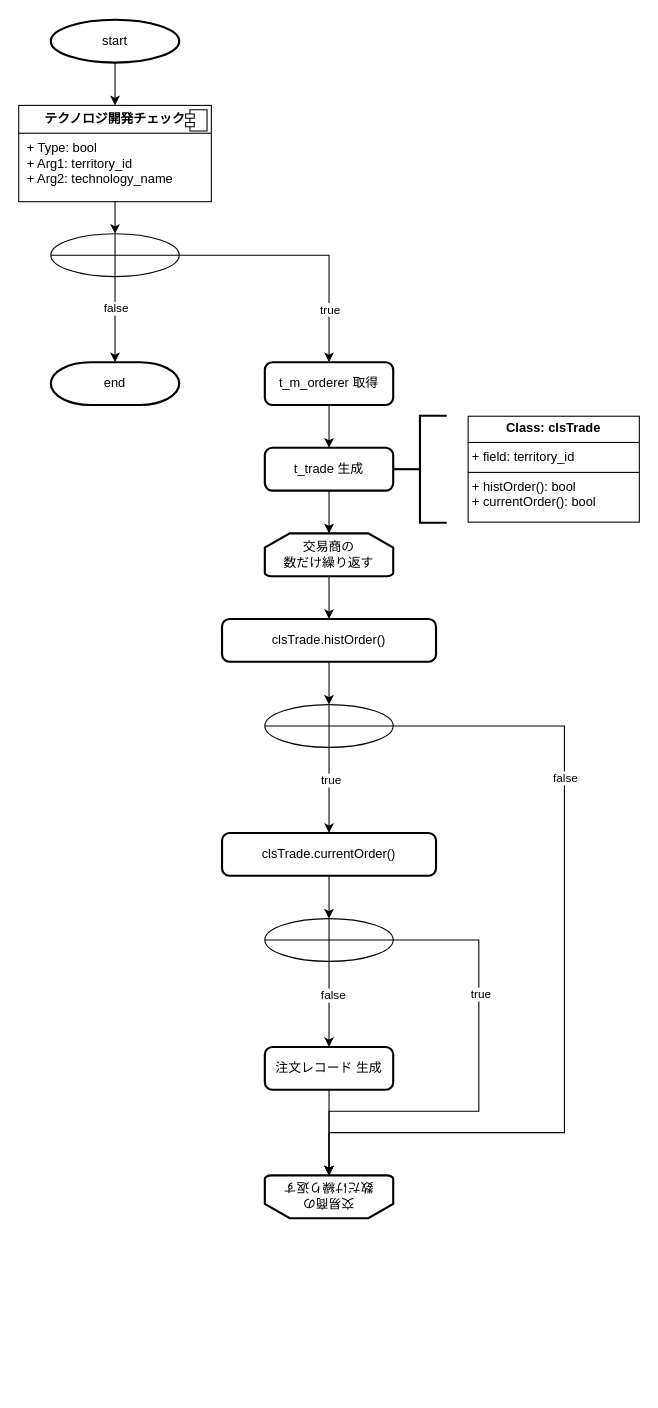
Earlier version of the draw.io diagram page "注文処理" (4 of 4) of table.drawio (T-Miyaoka/geeklog). Source tidied: cells renumbered, new cells numbered last; positions are measured from the earlier drawing's top-left corner, leaving out a move shared by most shapes. Both pictures are drawn from the tidied source at 107%, with x=0, y=0 at pixel (18, 19).
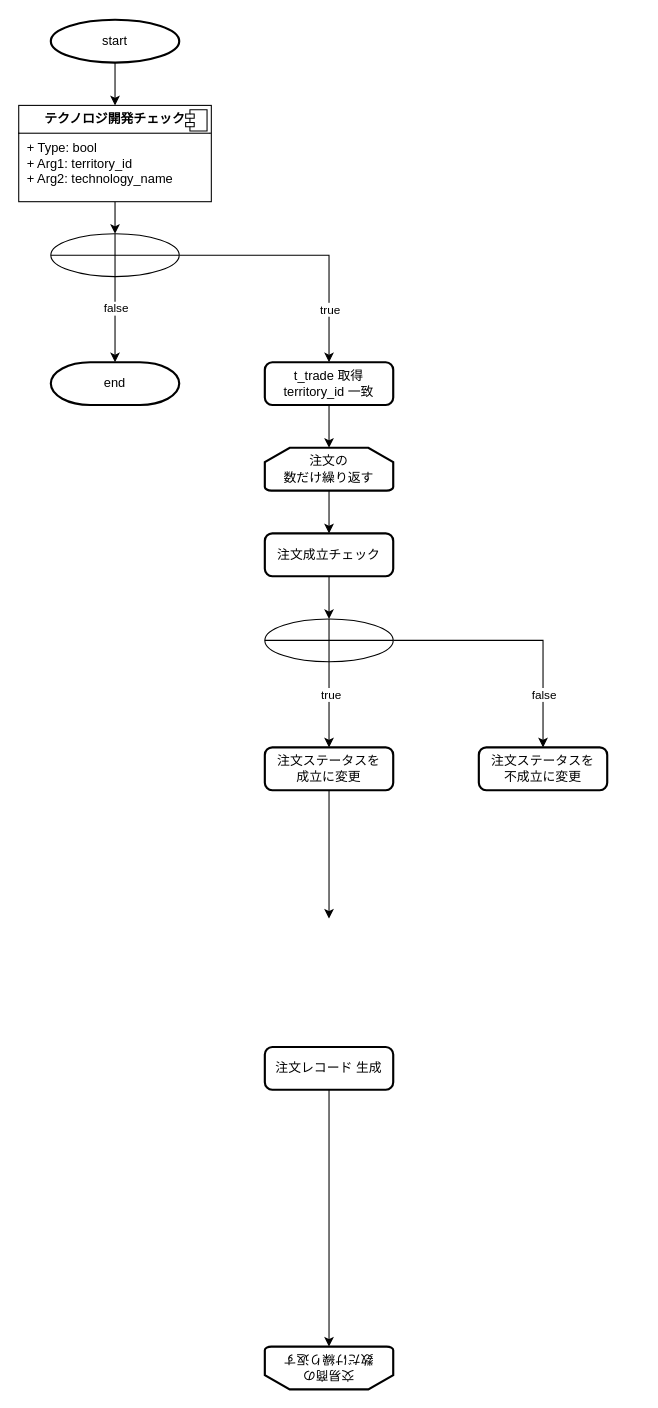
Above is the later version.

The change refers to these unchanged cells:
```xml
<mxCell id="8" style="verticalLabelPosition=bottom;verticalAlign=top;html=1;shape=mxgraph.flowchart.summing_function;" parent="1" vertex="1">
  <mxGeometry x="30" y="200" width="120" height="40" as="geometry" />
</mxCell>
<mxCell id="31" value="&lt;div&gt;&lt;span style=&quot;text-wrap: nowrap;&quot;&gt;注文レコード 生成&lt;/span&gt;&lt;/div&gt;" style="rounded=1;whiteSpace=wrap;html=1;absoluteArcSize=1;arcSize=14;strokeWidth=2;" parent="1" vertex="1">
  <mxGeometry x="230" y="960" width="120" height="40" as="geometry" />
</mxCell>
```

Change to the diagram source:
```diff
@@
-    <mxCell id="6" style="edgeStyle=orthogonalEdgeStyle;rounded=0;jettySize=auto;html=1;entryX=0.5;entryY=0;entryDx=0;entryDy=0;" parent="1" edge="1" source="8" target="12">
+    <mxCell id="6" style="edgeStyle=orthogonalEdgeStyle;rounded=0;jettySize=auto;html=1;entryX=0.5;entryY=0;entryDx=0;entryDy=0;" parent="1" edge="1" source="8" target="35">
       <mxGeometry relative="1" as="geometry" />
     </mxCell>
@@
-    <mxCell id="11" style="edgeStyle=orthogonalEdgeStyle;rounded=0;jettySize=auto;html=1;" parent="1" edge="1" source="12" target="35">
-      <mxGeometry relative="1" as="geometry" />
-    </mxCell>
-    <mxCell id="12" value="&lt;span style=&quot;text-wrap: nowrap;&quot;&gt;t_m_orderer 取得&lt;/span&gt;" style="rounded=1;whiteSpace=wrap;html=1;absoluteArcSize=1;arcSize=14;strokeWidth=2;" parent="1" vertex="1">
-      <mxGeometry x="230" y="320" width="120" height="40" as="geometry" />
-    </mxCell>
@@
-    <mxCell id="14" value="交易商の&lt;div&gt;数だけ繰り返す&lt;/div&gt;" style="strokeWidth=2;html=1;shape=mxgraph.flowchart.loop_limit;whiteSpace=wrap;" parent="1" vertex="1">
-      <mxGeometry x="230" y="480" width="120" height="40" as="geometry" />
+    <mxCell id="14" value="注文の&lt;div&gt;数だけ繰り返す&lt;/div&gt;" style="strokeWidth=2;html=1;shape=mxgraph.flowchart.loop_limit;whiteSpace=wrap;" parent="1" vertex="1">
+      <mxGeometry x="230" y="400" width="120" height="40" as="geometry" />
     </mxCell>
@@
-    <mxCell id="16" value="&lt;div&gt;&lt;font style=&quot;font-size: 12px;&quot;&gt;&lt;span style=&quot;background-color: initial;&quot;&gt;clsTrade.&lt;/span&gt;&lt;span style=&quot;text-align: left;&quot;&gt;histOrder()&lt;/span&gt;&lt;span style=&quot;text-wrap: nowrap;&quot;&gt;&lt;br&gt;&lt;/span&gt;&lt;/font&gt;&lt;/div&gt;" style="rounded=1;whiteSpace=wrap;html=1;absoluteArcSize=1;arcSize=14;strokeWidth=2;" parent="1" vertex="1">
-      <mxGeometry x="190" y="560" width="200" height="40" as="geometry" />
+    <mxCell id="16" value="&lt;div&gt;&lt;font style=&quot;font-size: 12px;&quot;&gt;&lt;span style=&quot;text-wrap: nowrap;&quot;&gt;注文成立チェック&lt;/span&gt;&lt;/font&gt;&lt;/div&gt;" style="rounded=1;whiteSpace=wrap;html=1;absoluteArcSize=1;arcSize=14;strokeWidth=2;" parent="1" vertex="1">
+      <mxGeometry x="230" y="480" width="120" height="40" as="geometry" />
     </mxCell>
-    <mxCell id="17" style="edgeStyle=orthogonalEdgeStyle;rounded=0;jettySize=auto;html=1;entryX=0.5;entryY=1;entryDx=0;entryDy=0;entryPerimeter=0;" parent="1" edge="1" source="19" target="23">
-      <mxGeometry relative="1" as="geometry">
-        <Array as="points">
-          <mxPoint x="510" y="660" />
-          <mxPoint x="510" y="1040" />
-          <mxPoint x="290" y="1040" />
-        </Array>
-      </mxGeometry>
-    </mxCell>
-    <mxCell id="18" value="false&lt;div&gt;&lt;/div&gt;" style="edgeLabel;html=1;align=center;verticalAlign=middle;" parent="17" vertex="1">
-      <mxGeometry x="-0.49" y="-3" relative="1" as="geometry">
-        <mxPoint x="3" y="4" as="offset" />
-      </mxGeometry>
-    </mxCell>
+    <mxCell id="38" style="edgeStyle=orthogonalEdgeStyle;rounded=0;jettySize=auto;html=1;" parent="1" edge="1" source="19" target="40">
+      <mxGeometry relative="1" as="geometry" />
+    </mxCell>
+    <mxCell id="39" value="false" style="edgeLabel;html=1;align=center;verticalAlign=middle;" parent="38" vertex="1">
+      <mxGeometry x="0.51" y="-4" relative="1" as="geometry">
+        <mxPoint x="4" y="9" as="offset" />
+      </mxGeometry>
+    </mxCell>
     <mxCell id="19" style="verticalLabelPosition=bottom;verticalAlign=top;html=1;shape=mxgraph.flowchart.summing_function;" parent="1" vertex="1">
-      <mxGeometry x="230" y="640" width="120" height="40" as="geometry" />
+      <mxGeometry x="230" y="560" width="120" height="40" as="geometry" />
     </mxCell>
@@
     <mxCell id="23" value="交易商の&lt;div&gt;数だけ繰り返す&lt;/div&gt;" style="strokeWidth=2;html=1;shape=mxgraph.flowchart.loop_limit;whiteSpace=wrap;rotation=-180;" parent="1" vertex="1">
-      <mxGeometry x="230" y="1080" width="120" height="40" as="geometry" />
+      <mxGeometry x="230" y="1240" width="120" height="40" as="geometry" />
     </mxCell>
-    <mxCell id="24" value="clsTrade.&lt;span style=&quot;text-align: left;&quot;&gt;currentOrder()&lt;/span&gt;" style="rounded=1;whiteSpace=wrap;html=1;absoluteArcSize=1;arcSize=14;strokeWidth=2;" parent="1" vertex="1">
-      <mxGeometry x="190" y="760" width="200" height="40" as="geometry" />
+    <mxCell id="24" value="注文ステータスを&lt;div&gt;成立に変更&lt;/div&gt;" style="rounded=1;whiteSpace=wrap;html=1;absoluteArcSize=1;arcSize=14;strokeWidth=2;" parent="1" vertex="1">
+      <mxGeometry x="230" y="680" width="120" height="40" as="geometry" />
     </mxCell>
-    <mxCell id="25" style="edgeStyle=orthogonalEdgeStyle;rounded=0;jettySize=auto;html=1;entryX=0.5;entryY=1;entryDx=0;entryDy=0;entryPerimeter=0;" parent="1" edge="1" source="27" target="23">
-      <mxGeometry relative="1" as="geometry">
-        <Array as="points">
-          <mxPoint x="430" y="860" />
-          <mxPoint x="430" y="1020" />
-          <mxPoint x="290" y="1020" />
-        </Array>
-      </mxGeometry>
-    </mxCell>
-    <mxCell id="26" value="true" style="edgeLabel;html=1;align=center;verticalAlign=middle;" parent="25" vertex="1">
-      <mxGeometry x="-0.44" y="1" relative="1" as="geometry">
-        <mxPoint y="7" as="offset" />
-      </mxGeometry>
-    </mxCell>
-    <mxCell id="27" style="verticalLabelPosition=bottom;verticalAlign=top;html=1;shape=mxgraph.flowchart.summing_function;" parent="1" vertex="1">
-      <mxGeometry x="230" y="840" width="120" height="40" as="geometry" />
-    </mxCell>
-    <mxCell id="28" style="edgeStyle=orthogonalEdgeStyle;rounded=0;jettySize=auto;html=1;exitX=0.5;exitY=1;exitDx=0;exitDy=0;exitPerimeter=0;entryX=0.5;entryY=0;entryDx=0;entryDy=0;" parent="1" edge="1" source="27" target="31">
-      <mxGeometry relative="1" as="geometry" />
-    </mxCell>
-    <mxCell id="29" value="false&lt;div&gt;&lt;/div&gt;" style="edgeLabel;html=1;align=center;verticalAlign=middle;" parent="28" vertex="1">
-      <mxGeometry x="-0.23" y="3" relative="1" as="geometry" />
-    </mxCell>
-    <mxCell id="30" style="edgeStyle=orthogonalEdgeStyle;rounded=0;jettySize=auto;html=1;entryX=0.5;entryY=0;entryDx=0;entryDy=0;entryPerimeter=0;" parent="1" edge="1" source="24" target="27">
-      <mxGeometry relative="1" as="geometry" />
+    <mxCell id="30" style="edgeStyle=orthogonalEdgeStyle;rounded=0;jettySize=auto;html=1;entryX=0.5;entryY=0;entryDx=0;entryDy=0;entryPerimeter=0;" parent="1" edge="1" source="24">
+      <mxGeometry relative="1" as="geometry">
+        <mxPoint x="290" y="840" as="targetPoint" />
+      </mxGeometry>
     </mxCell>
@@
-    <mxCell id="35" value="&lt;span style=&quot;text-wrap: nowrap;&quot;&gt;t_trade 生成&lt;/span&gt;" style="rounded=1;whiteSpace=wrap;html=1;absoluteArcSize=1;arcSize=14;strokeWidth=2;" parent="1" vertex="1">
-      <mxGeometry x="230" y="400" width="120" height="40" as="geometry" />
+    <mxCell id="35" value="&lt;span style=&quot;text-wrap: nowrap;&quot;&gt;t_trade 取得&lt;/span&gt;&lt;div&gt;&lt;span style=&quot;text-wrap: nowrap;&quot;&gt;territory&lt;/span&gt;&lt;span style=&quot;text-align: left;&quot;&gt;_id 一致&lt;/span&gt;&lt;span style=&quot;text-wrap: nowrap;&quot;&gt;&lt;br&gt;&lt;/span&gt;&lt;/div&gt;" style="rounded=1;whiteSpace=wrap;html=1;absoluteArcSize=1;arcSize=14;strokeWidth=2;" parent="1" vertex="1">
+      <mxGeometry x="230" y="320" width="120" height="40" as="geometry" />
     </mxCell>
-    <mxCell id="36" value="&lt;p style=&quot;margin:0px;margin-top:4px;text-align:center;&quot;&gt;&lt;b&gt;Class: clsTrade&lt;/b&gt;&lt;/p&gt;&lt;hr size=&quot;1&quot; style=&quot;border-style:solid;&quot;&gt;&lt;p style=&quot;margin:0px;margin-left:4px;&quot;&gt;+ field:&amp;nbsp;&lt;span style=&quot;background-color: initial; text-wrap: nowrap; text-align: center;&quot;&gt;territory&lt;/span&gt;&lt;span style=&quot;background-color: initial;&quot;&gt;_id&lt;/span&gt;&lt;/p&gt;&lt;hr size=&quot;1&quot; style=&quot;border-style:solid;&quot;&gt;&lt;p style=&quot;margin:0px;margin-left:4px;&quot;&gt;+ histOrder(): bool&lt;/p&gt;&lt;p style=&quot;margin:0px;margin-left:4px;&quot;&gt;+ currentOrder(): bool&lt;br&gt;&lt;/p&gt;" style="verticalAlign=top;align=left;overflow=fill;html=1;whiteSpace=wrap;" parent="1" vertex="1">
-      <mxGeometry x="420" y="370.5" width="160" height="99" as="geometry" />
-    </mxCell>
-    <mxCell id="37" style="strokeWidth=2;html=1;shape=mxgraph.flowchart.annotation_2;align=left;labelPosition=right;" parent="1" vertex="1">
-      <mxGeometry x="350" y="370" width="50" height="100" as="geometry" />
-    </mxCell>
+    <mxCell id="40" value="注文ステータスを&lt;div&gt;不成立に変更&lt;/div&gt;" style="rounded=1;whiteSpace=wrap;html=1;absoluteArcSize=1;arcSize=14;strokeWidth=2;" parent="1" vertex="1">
+      <mxGeometry x="430" y="680" width="120" height="40" as="geometry" />
+    </mxCell>
```
